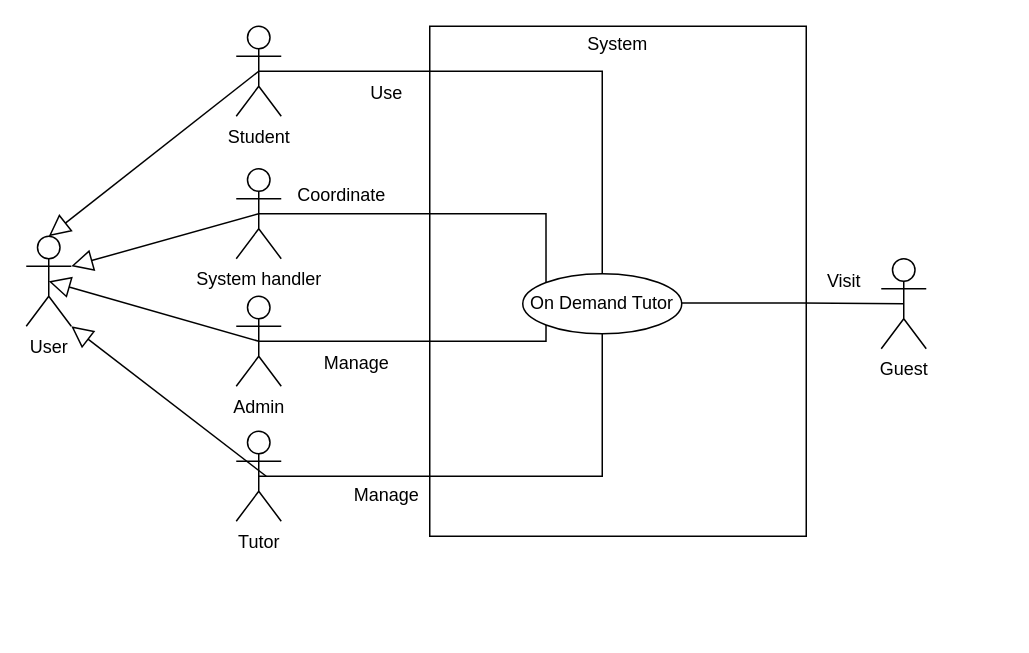
This is Phanloainguoidung.drawio from Trinm104/Goods_exchange_app, a draw.io file, before an edit. Source tidied: cells renumbered, new cells numbered last; positions are measured from the earlier drawing's top-left corner, leaving out a move shared by most shapes. Both pictures are drawn from the tidied source at 150%, with x=0, y=0 at pixel (26, 26).
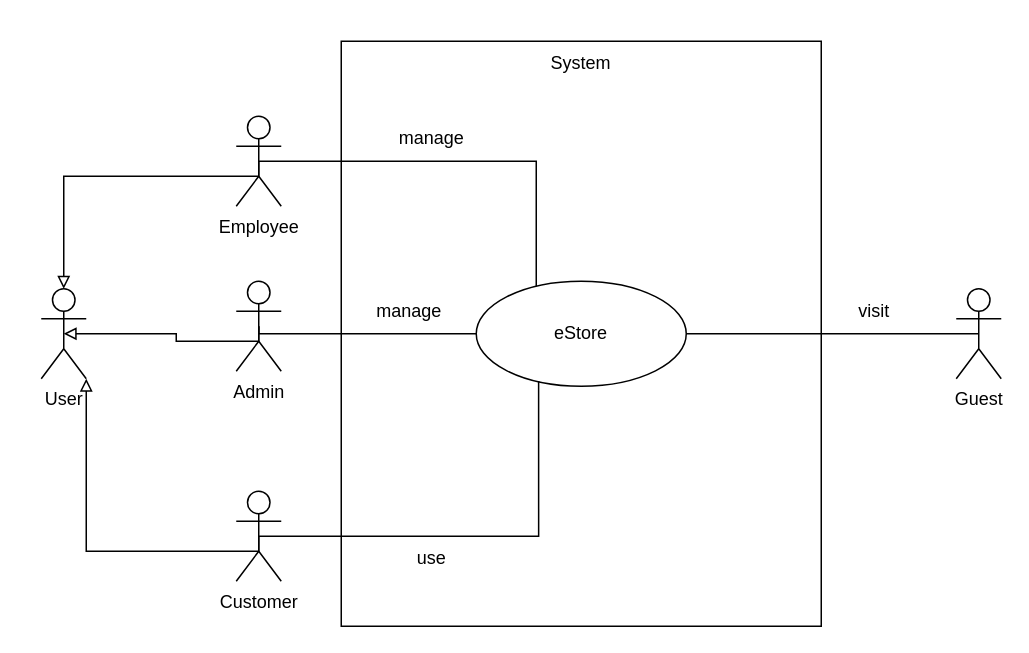
The same page after the edit.

What changed in the source:
```diff
@@
-    <mxCell id="2" value="&lt;div&gt;System&lt;/div&gt;&lt;div&gt;&lt;br&gt;&lt;/div&gt;&lt;div&gt;&lt;br&gt;&lt;/div&gt;&lt;div&gt;&lt;br&gt;&lt;/div&gt;&lt;div&gt;&lt;br&gt;&lt;/div&gt;&lt;div&gt;&lt;br&gt;&lt;/div&gt;&lt;div&gt;&lt;br&gt;&lt;/div&gt;&lt;div&gt;&lt;br&gt;&lt;/div&gt;&lt;div&gt;&lt;br&gt;&lt;/div&gt;&lt;div&gt;&lt;br&gt;&lt;/div&gt;&lt;div&gt;&lt;br&gt;&lt;/div&gt;&lt;div&gt;&lt;br&gt;&lt;/div&gt;&lt;div&gt;&lt;br&gt;&lt;/div&gt;&lt;div&gt;&lt;br&gt;&lt;/div&gt;&lt;div&gt;&lt;br&gt;&lt;/div&gt;&lt;div&gt;&lt;br&gt;&lt;/div&gt;&lt;div&gt;&lt;br&gt;&lt;/div&gt;&lt;div&gt;&lt;br&gt;&lt;/div&gt;&lt;div&gt;&lt;br&gt;&lt;/div&gt;&lt;div&gt;&lt;br&gt;&lt;/div&gt;&lt;div&gt;&lt;br&gt;&lt;/div&gt;&lt;div&gt;&lt;br&gt;&lt;/div&gt;&lt;div&gt;&lt;br&gt;&lt;/div&gt;" style="html=1;whiteSpace=wrap;align=center;" parent="1" vertex="1">
-      <mxGeometry x="269" width="251" height="340" as="geometry" />
+    <mxCell id="2" value="System&lt;div&gt;&lt;br&gt;&lt;/div&gt;&lt;div&gt;&lt;br&gt;&lt;/div&gt;&lt;div&gt;&lt;br&gt;&lt;/div&gt;&lt;div&gt;&lt;br&gt;&lt;/div&gt;&lt;div&gt;&lt;br&gt;&lt;/div&gt;&lt;div&gt;&lt;br&gt;&lt;/div&gt;&lt;div&gt;&lt;br&gt;&lt;/div&gt;&lt;div&gt;&lt;br&gt;&lt;/div&gt;&lt;div&gt;&lt;br&gt;&lt;/div&gt;&lt;div&gt;&lt;br&gt;&lt;/div&gt;&lt;div&gt;&lt;br&gt;&lt;/div&gt;&lt;div&gt;&lt;br&gt;&lt;/div&gt;&lt;div&gt;&lt;br&gt;&lt;/div&gt;&lt;div&gt;&lt;br&gt;&lt;/div&gt;&lt;div&gt;&lt;br&gt;&lt;/div&gt;&lt;div&gt;&lt;br&gt;&lt;/div&gt;&lt;div&gt;&lt;br&gt;&lt;/div&gt;&lt;div&gt;&lt;br&gt;&lt;/div&gt;&lt;div&gt;&lt;br&gt;&lt;/div&gt;&lt;div&gt;&lt;br&gt;&lt;/div&gt;&lt;div&gt;&lt;br&gt;&lt;/div&gt;&lt;div&gt;&lt;br&gt;&lt;/div&gt;&lt;div&gt;&lt;br&gt;&lt;/div&gt;&lt;div&gt;&lt;br&gt;&lt;/div&gt;&lt;div&gt;&lt;br&gt;&lt;/div&gt;" style="html=1;whiteSpace=wrap;" parent="1" vertex="1">
+      <mxGeometry x="210" y="10" width="320" height="390" as="geometry" />
     </mxCell>
-    <mxCell id="3" value="On Demand Tutor" style="ellipse;whiteSpace=wrap;html=1;" parent="1" vertex="1">
-      <mxGeometry x="331" y="165" width="106" height="40" as="geometry" />
-    </mxCell>
+    <mxCell id="24" value="eStore" style="ellipse;whiteSpace=wrap;html=1;" parent="1" vertex="1">
+      <mxGeometry x="300" y="170" width="140" height="70" as="geometry" />
+    </mxCell>
+    <mxCell id="19" value="User" style="shape=umlActor;verticalLabelPosition=bottom;verticalAlign=top;html=1;" parent="1" vertex="1">
+      <mxGeometry x="10" y="175" width="30" height="60" as="geometry" />
+    </mxCell>
+    <mxCell id="25" style="edgeStyle=orthogonalEdgeStyle;rounded=0;jettySize=auto;html=1;exitX=0.5;exitY=0.5;exitDx=0;exitDy=0;exitPerimeter=0;endArrow=none;endFill=0;" parent="1" edge="1" source="4" target="24">
+      <mxGeometry relative="1" as="geometry" />
+    </mxCell>
     <mxCell id="4" value="Guest" style="shape=umlActor;verticalLabelPosition=bottom;verticalAlign=top;html=1;" parent="1" vertex="1">
-      <mxGeometry x="570" y="155" width="30" height="60" as="geometry" />
+      <mxGeometry x="620" y="175" width="30" height="60" as="geometry" />
     </mxCell>
-    <mxCell id="5" style="endArrow=none;startArrow=none;endFill=0;startFill=0;endSize=8;html=1;verticalAlign=bottom;labelBackgroundColor=none;strokeWidth=1;rounded=0;entryX=0.5;entryY=0.5;entryDx=0;entryDy=0;entryPerimeter=0;" parent="1" edge="1" target="4">
-      <mxGeometry relative="1" as="geometry">
-        <mxPoint x="437" y="184.5" as="sourcePoint" />
-        <Array as="points">
-          <mxPoint x="517" y="184.5" />
-        </Array>
-      </mxGeometry>
-    </mxCell>
-    <mxCell id="6" value="Visit" style="text;html=1;align=center;verticalAlign=middle;strokeColor=none;fillColor=none;" parent="1" vertex="1">
-      <mxGeometry x="520" y="155" width="50" height="30" as="geometry" />
-    </mxCell>
-    <mxCell id="7" style="edgeStyle=orthogonalEdgeStyle;rounded=0;jettySize=auto;html=1;exitX=0.5;exitY=0.5;exitDx=0;exitDy=0;exitPerimeter=0;entryX=0.5;entryY=0;entryDx=0;entryDy=0;endArrow=none;endFill=0;" parent="1" edge="1" source="8" target="3">
-      <mxGeometry relative="1" as="geometry">
-        <Array as="points">
-          <mxPoint x="384" y="30" />
-        </Array>
-      </mxGeometry>
-    </mxCell>
-    <mxCell id="8" value="Student" style="shape=umlActor;verticalLabelPosition=bottom;verticalAlign=top;html=1;" parent="1" vertex="1">
-      <mxGeometry x="140" width="30" height="60" as="geometry" />
-    </mxCell>
-    <mxCell id="9" value="Use" style="text;html=1;align=center;verticalAlign=middle;strokeColor=none;fillColor=none;" parent="1" vertex="1">
-      <mxGeometry x="220" y="30" width="40" height="30" as="geometry" />
-    </mxCell>
-    <mxCell id="10" style="edgeStyle=orthogonalEdgeStyle;rounded=0;jettySize=auto;html=1;exitX=0.5;exitY=0.5;exitDx=0;exitDy=0;exitPerimeter=0;entryX=0.5;entryY=1;entryDx=0;entryDy=0;endArrow=none;endFill=0;" parent="1" edge="1" source="11" target="3">
-      <mxGeometry relative="1" as="geometry" />
-    </mxCell>
-    <mxCell id="11" value="Tutor" style="shape=umlActor;verticalLabelPosition=bottom;verticalAlign=top;html=1;" parent="1" vertex="1">
-      <mxGeometry x="140" y="270" width="30" height="60" as="geometry" />
-    </mxCell>
-    <mxCell id="12" value="Manage" style="text;html=1;align=center;verticalAlign=middle;strokeColor=none;fillColor=none;" parent="1" vertex="1">
-      <mxGeometry x="205" y="298" width="70" height="30" as="geometry" />
-    </mxCell>
-    <mxCell id="13" style="edgeStyle=orthogonalEdgeStyle;rounded=0;jettySize=auto;html=1;exitX=0.5;exitY=0.5;exitDx=0;exitDy=0;exitPerimeter=0;endArrow=none;endFill=0;entryX=0;entryY=1;entryDx=0;entryDy=0;" parent="1" edge="1" source="14" target="3">
-      <mxGeometry relative="1" as="geometry">
-        <Array as="points">
-          <mxPoint x="347" y="210" />
-        </Array>
-      </mxGeometry>
-    </mxCell>
+    <mxCell id="26" style="edgeStyle=orthogonalEdgeStyle;rounded=0;jettySize=auto;html=1;exitX=0.5;exitY=0.5;exitDx=0;exitDy=0;exitPerimeter=0;endArrow=none;endFill=0;" parent="1" edge="1" source="27" target="24">
+      <mxGeometry relative="1" as="geometry">
+        <Array as="points">
+          <mxPoint x="340" y="90" />
+        </Array>
+      </mxGeometry>
+    </mxCell>
+    <mxCell id="27" value="Employee" style="shape=umlActor;verticalLabelPosition=bottom;verticalAlign=top;html=1;" parent="1" vertex="1">
+      <mxGeometry x="140" y="60" width="30" height="60" as="geometry" />
+    </mxCell>
+    <mxCell id="28" style="edgeStyle=orthogonalEdgeStyle;rounded=0;jettySize=auto;html=1;exitX=0.5;exitY=0.5;exitDx=0;exitDy=0;exitPerimeter=0;endArrow=none;endFill=0;" parent="1" edge="1" source="14" target="24">
+      <mxGeometry relative="1" as="geometry">
+        <Array as="points">
+          <mxPoint x="155" y="205" />
+        </Array>
+      </mxGeometry>
+    </mxCell>
     <mxCell id="14" value="Admin" style="shape=umlActor;verticalLabelPosition=bottom;verticalAlign=top;html=1;" parent="1" vertex="1">
-      <mxGeometry x="140" y="180" width="30" height="60" as="geometry" />
+      <mxGeometry x="140" y="170" width="30" height="60" as="geometry" />
     </mxCell>
-    <mxCell id="15" value="Manage" style="text;html=1;align=center;verticalAlign=middle;strokeColor=none;fillColor=none;" parent="1" vertex="1">
-      <mxGeometry x="185" y="210" width="70" height="30" as="geometry" />
-    </mxCell>
-    <mxCell id="16" style="edgeStyle=orthogonalEdgeStyle;rounded=0;jettySize=auto;html=1;exitX=0.5;exitY=0.5;exitDx=0;exitDy=0;exitPerimeter=0;entryX=0;entryY=0;entryDx=0;entryDy=0;endArrow=none;endFill=0;" parent="1" edge="1" source="17" target="3">
-      <mxGeometry relative="1" as="geometry" />
-    </mxCell>
-    <mxCell id="17" value="System handler" style="shape=umlActor;verticalLabelPosition=bottom;verticalAlign=top;html=1;" parent="1" vertex="1">
-      <mxGeometry x="140" y="95" width="30" height="60" as="geometry" />
-    </mxCell>
-    <mxCell id="18" value="Coordinate" style="text;html=1;align=center;verticalAlign=middle;strokeColor=none;fillColor=none;" parent="1" vertex="1">
-      <mxGeometry x="170" y="98" width="80" height="30" as="geometry" />
-    </mxCell>
-    <mxCell id="19" value="User" style="shape=umlActor;verticalLabelPosition=bottom;verticalAlign=top;html=1;" parent="1" vertex="1">
-      <mxGeometry y="140" width="30" height="60" as="geometry" />
-    </mxCell>
-    <mxCell id="20" style="edgeStyle=none;html=1;endSize=12;endArrow=block;endFill=0;rounded=0;entryX=0.5;entryY=0;entryDx=0;entryDy=0;entryPerimeter=0;exitX=0.5;exitY=0.5;exitDx=0;exitDy=0;exitPerimeter=0;" parent="1" edge="1" source="8" target="19">
-      <mxGeometry relative="1" as="geometry" />
-    </mxCell>
-    <mxCell id="21" style="edgeStyle=none;html=1;endSize=12;endArrow=block;endFill=0;rounded=0;entryX=1;entryY=0.3333333333333333;entryDx=0;entryDy=0;entryPerimeter=0;exitX=0.5;exitY=0.5;exitDx=0;exitDy=0;exitPerimeter=0;" parent="1" edge="1" source="17" target="19">
-      <mxGeometry relative="1" as="geometry" />
-    </mxCell>
-    <mxCell id="22" style="edgeStyle=none;html=1;endSize=12;endArrow=block;endFill=0;rounded=0;" parent="1" edge="1">
-      <mxGeometry relative="1" as="geometry">
-        <mxPoint x="155" y="210" as="sourcePoint" />
-        <mxPoint x="15" y="170" as="targetPoint" />
-      </mxGeometry>
-    </mxCell>
-    <mxCell id="23" style="edgeStyle=none;html=1;endSize=12;endArrow=block;endFill=0;rounded=0;entryX=1;entryY=1;entryDx=0;entryDy=0;entryPerimeter=0;" parent="1" edge="1" target="19">
-      <mxGeometry relative="1" as="geometry">
-        <mxPoint x="160" y="300" as="sourcePoint" />
-      </mxGeometry>
-    </mxCell>
+    <mxCell id="29" value="Customer" style="shape=umlActor;verticalLabelPosition=bottom;verticalAlign=top;html=1;" parent="1" vertex="1">
+      <mxGeometry x="140" y="310" width="30" height="60" as="geometry" />
+    </mxCell>
+    <mxCell id="30" value="visit" style="text;html=1;align=center;verticalAlign=middle;strokeColor=none;fillColor=none;" parent="1" vertex="1">
+      <mxGeometry x="545" y="175" width="40" height="30" as="geometry" />
+    </mxCell>
+    <mxCell id="31" value="use" style="text;html=1;align=center;verticalAlign=middle;strokeColor=none;fillColor=none;" parent="1" vertex="1">
+      <mxGeometry x="250" y="340" width="40" height="30" as="geometry" />
+    </mxCell>
+    <mxCell id="32" value="manage" style="text;html=1;align=center;verticalAlign=middle;strokeColor=none;fillColor=none;" parent="1" vertex="1">
+      <mxGeometry x="220" y="175" width="70" height="30" as="geometry" />
+    </mxCell>
+    <mxCell id="33" value="manage" style="text;html=1;align=center;verticalAlign=middle;strokeColor=none;fillColor=none;" parent="1" vertex="1">
+      <mxGeometry x="235" y="60" width="70" height="30" as="geometry" />
+    </mxCell>
+    <mxCell id="34" style="edgeStyle=orthogonalEdgeStyle;rounded=0;jettySize=auto;html=1;exitX=0.5;exitY=0.5;exitDx=0;exitDy=0;exitPerimeter=0;entryX=0.5;entryY=0;entryDx=0;entryDy=0;entryPerimeter=0;endArrow=block;endFill=0;" parent="1" edge="1" source="27" target="19">
+      <mxGeometry relative="1" as="geometry">
+        <Array as="points">
+          <mxPoint x="155" y="100" />
+          <mxPoint x="25" y="100" />
+        </Array>
+      </mxGeometry>
+    </mxCell>
+    <mxCell id="35" style="edgeStyle=orthogonalEdgeStyle;rounded=0;jettySize=auto;html=1;exitX=0.5;exitY=0.5;exitDx=0;exitDy=0;exitPerimeter=0;entryX=0.5;entryY=0.5;entryDx=0;entryDy=0;entryPerimeter=0;endArrow=block;endFill=0;" parent="1" edge="1" source="14" target="19">
+      <mxGeometry relative="1" as="geometry">
+        <Array as="points">
+          <mxPoint x="155" y="210" />
+          <mxPoint x="100" y="210" />
+          <mxPoint x="100" y="205" />
+        </Array>
+      </mxGeometry>
+    </mxCell>
+    <mxCell id="36" style="edgeStyle=orthogonalEdgeStyle;rounded=0;jettySize=auto;html=1;exitX=0.5;exitY=0.5;exitDx=0;exitDy=0;exitPerimeter=0;entryX=1;entryY=1;entryDx=0;entryDy=0;entryPerimeter=0;endArrow=block;endFill=0;" parent="1" edge="1" source="29" target="19">
+      <mxGeometry relative="1" as="geometry">
+        <Array as="points">
+          <mxPoint x="155" y="350" />
+          <mxPoint x="40" y="350" />
+        </Array>
+      </mxGeometry>
+    </mxCell>
+    <mxCell id="37" style="edgeStyle=orthogonalEdgeStyle;rounded=0;jettySize=auto;html=1;exitX=0.5;exitY=0.5;exitDx=0;exitDy=0;exitPerimeter=0;entryX=0.297;entryY=0.949;entryDx=0;entryDy=0;entryPerimeter=0;endArrow=none;endFill=0;" parent="1" edge="1" source="29" target="24">
+      <mxGeometry relative="1" as="geometry" />
+    </mxCell>
```
